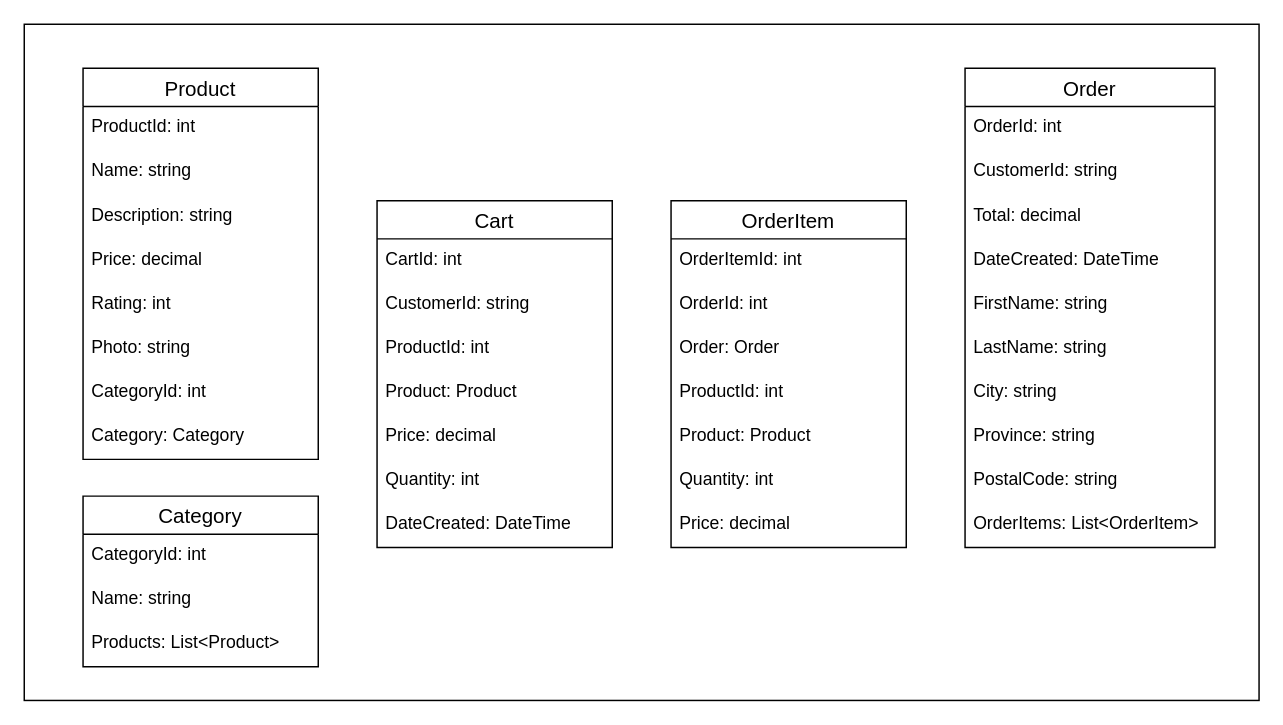
eduardojaime/COMP2084ASP.NET-ILAC keeps this draw.io diagram as lesson04/ER-Diagram/DotNetGrill.drawio. Above is the earlier version. Source tidied: cells renumbered, new cells numbered last; positions are measured from the earlier drawing's top-left corner, leaving out a move shared by most shapes. Both pictures are drawn from the tidied source at 147%, with x=0, y=0 at pixel (24, 24).
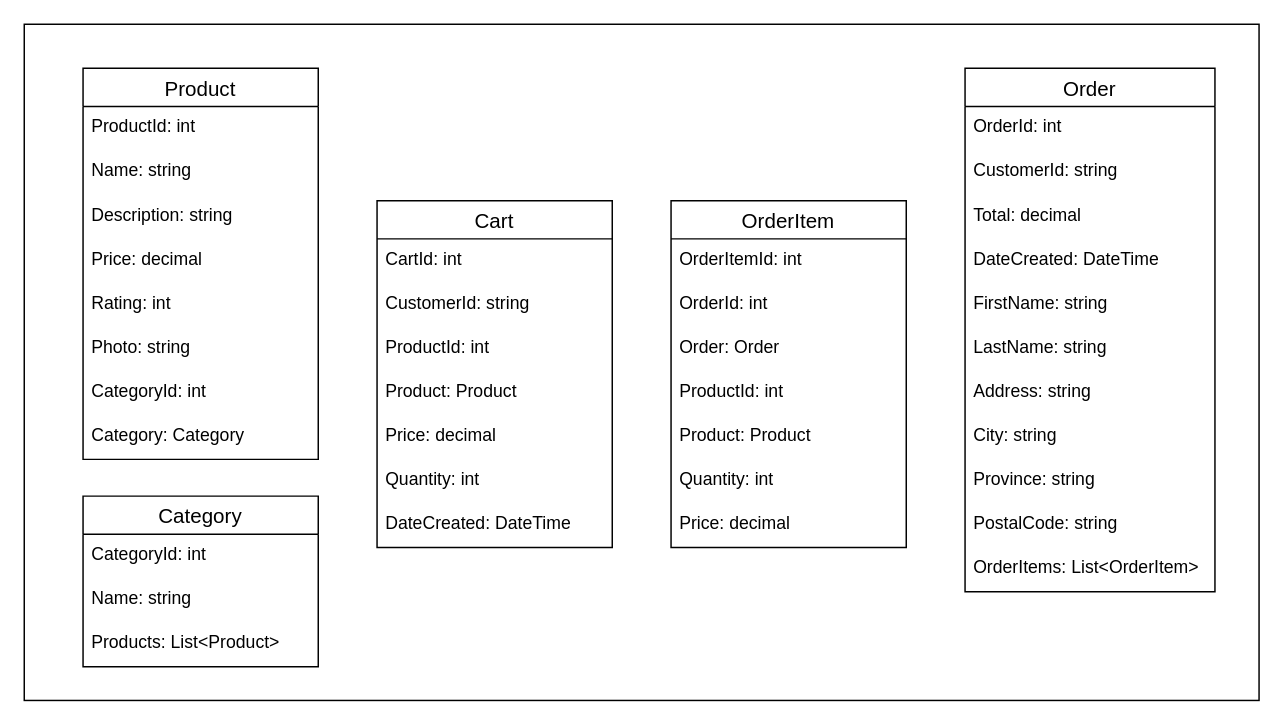
Above is the later version.

Diff of the diagram source:
```diff
@@
     <mxCell id="24" value="Order" style="swimlane;fontStyle=0;horizontal=1;startSize=26;align=center;fontSize=14;" parent="1" vertex="1">
-      <mxGeometry x="640" y="30" width="170" height="326" as="geometry" />
+      <mxGeometry x="640" y="30" width="170" height="356" as="geometry" />
     </mxCell>
@@
+    <mxCell id="43" value="Address: string" style="text;strokeColor=none;fillColor=none;spacingLeft=4;spacingRight=4;overflow=hidden;fontSize=12;" parent="24" vertex="1">
+      <mxGeometry y="206" width="170" height="30" as="geometry" />
+    </mxCell>
     <mxCell id="31" value="City: string" style="text;strokeColor=none;fillColor=none;spacingLeft=4;spacingRight=4;overflow=hidden;fontSize=12;" parent="24" vertex="1">
-      <mxGeometry y="206" width="170" height="30" as="geometry" />
+      <mxGeometry y="236" width="170" height="30" as="geometry" />
     </mxCell>
     <mxCell id="32" value="Province: string" style="text;strokeColor=none;fillColor=none;spacingLeft=4;spacingRight=4;overflow=hidden;fontSize=12;" parent="24" vertex="1">
-      <mxGeometry y="236" width="170" height="30" as="geometry" />
+      <mxGeometry y="266" width="170" height="30" as="geometry" />
     </mxCell>
     <mxCell id="33" value="PostalCode: string" style="text;strokeColor=none;fillColor=none;spacingLeft=4;spacingRight=4;overflow=hidden;fontSize=12;" parent="24" vertex="1">
-      <mxGeometry y="266" width="170" height="30" as="geometry" />
+      <mxGeometry y="296" width="170" height="30" as="geometry" />
     </mxCell>
     <mxCell id="34" value="OrderItems: List&lt;OrderItem&gt; " style="text;strokeColor=none;fillColor=none;spacingLeft=4;spacingRight=4;overflow=hidden;fontSize=12;" parent="24" vertex="1">
-      <mxGeometry y="296" width="170" height="30" as="geometry" />
+      <mxGeometry y="326" width="170" height="30" as="geometry" />
     </mxCell>
```
